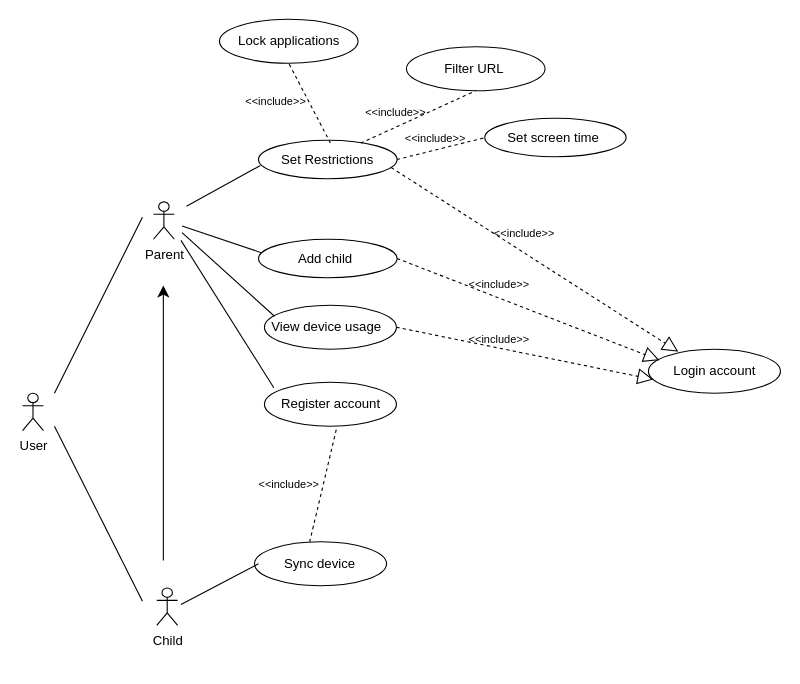
Before: design.drawio in Inco9nit0/Parental-Lock-System-Project-FYP-, a draw.io diagram. Source tidied: cells renumbered, new cells numbered last; positions are measured from the earlier drawing's top-left corner, leaving out a move shared by most shapes. Both pictures are drawn from the tidied source at 110%, with x=0, y=0 at pixel (22, 19).
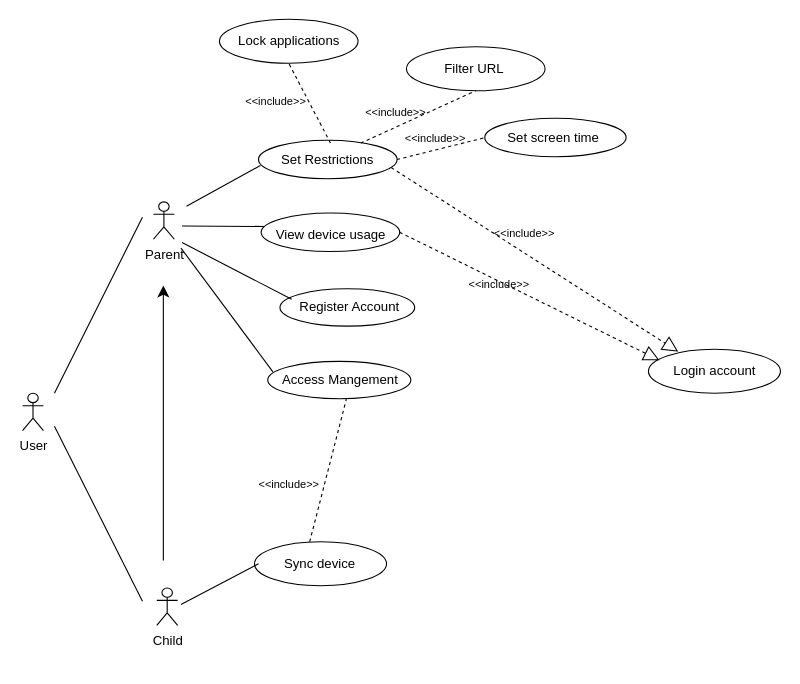
The same diagram, later.

Unchanged cells that the change refers to:
```xml
<mxCell id="28" value="&lt;div&gt;Login account&lt;/div&gt;" style="text;html=1;align=center;verticalAlign=middle;whiteSpace=wrap;rounded=0;fontSize=12;" parent="1" vertex="1">
  <mxGeometry x="573.5" y="305" width="111" height="30" as="geometry" />
</mxCell>
```

Change to the diagram source:
```diff
@@
     <mxCell id="4" style="ellipse;whiteSpace=wrap;html=1;" parent="1" vertex="1">
-      <mxGeometry x="214.5" y="200" width="126" height="35" as="geometry" />
+      <mxGeometry x="216.9" y="176.2" width="126" height="35" as="geometry" />
     </mxCell>
@@
-    <mxCell id="18" value="Add child" style="text;html=1;align=center;verticalAlign=middle;whiteSpace=wrap;rounded=0;fontSize=12;" parent="1" vertex="1">
-      <mxGeometry x="219.9" y="202.5" width="111" height="30" as="geometry" />
-    </mxCell>
@@
-    <mxCell id="21" style="ellipse;whiteSpace=wrap;html=1;" parent="1" vertex="1">
-      <mxGeometry x="219.9" y="260" width="120" height="40" as="geometry" />
-    </mxCell>
     <mxCell id="22" value="View device usage" style="text;html=1;align=center;verticalAlign=middle;whiteSpace=wrap;rounded=0;fontSize=12;" parent="1" vertex="1">
-      <mxGeometry x="224.4" y="265" width="104.6" height="30" as="geometry" />
+      <mxGeometry x="227.6" y="181.2" width="104.6" height="30" as="geometry" />
     </mxCell>
-    <mxCell id="23" style="endArrow=none;html=1;rounded=0;fontSize=12;startSize=8;endSize=8;curved=1;" parent="1" edge="1">
-      <mxGeometry relative="1" as="geometry">
-        <mxPoint x="145" y="194" as="sourcePoint" />
-        <mxPoint x="229" y="270" as="targetPoint" />
-      </mxGeometry>
-    </mxCell>
@@
-    <mxCell id="31" style="endArrow=block;dashed=1;endFill=0;endSize=12;html=1;rounded=0;fontSize=12;curved=1;exitX=1;exitY=0.5;exitDx=0;exitDy=0;entryX=0;entryY=0.75;entryDx=0;entryDy=0;" parent="1" edge="1" source="21" target="28">
-      <mxGeometry relative="1" as="geometry" />
-    </mxCell>
@@
-    <mxCell id="34" value="&amp;lt;&amp;lt;include&amp;gt;&amp;gt;" style="text;html=1;align=center;verticalAlign=middle;whiteSpace=wrap;rounded=0;fontSize=10;" parent="1" vertex="1">
-      <mxGeometry x="399" y="282.5" width="68.5" height="17.5" as="geometry" />
-    </mxCell>
@@
     <mxCell id="43" style="ellipse;whiteSpace=wrap;html=1;" parent="1" vertex="1">
-      <mxGeometry x="219.9" y="330" width="120" height="40" as="geometry" />
+      <mxGeometry x="222.9" y="311" width="130.1" height="34" as="geometry" />
     </mxCell>
-    <mxCell id="44" value="Register account" style="text;html=1;align=center;verticalAlign=middle;whiteSpace=wrap;rounded=0;fontSize=12;" parent="1" vertex="1">
-      <mxGeometry x="228.4" y="335" width="104.6" height="30" as="geometry" />
+    <mxCell id="44" value="Access Mangement" style="text;html=1;align=center;verticalAlign=middle;whiteSpace=wrap;rounded=0;fontSize=12;" parent="1" vertex="1">
+      <mxGeometry x="227.6" y="313" width="121.6" height="30" as="geometry" />
     </mxCell>
-    <mxCell id="45" style="endArrow=none;html=1;rounded=0;fontSize=12;startSize=8;endSize=8;curved=1;entryX=0;entryY=0;entryDx=0;entryDy=0;" parent="1" edge="1" target="44">
+    <mxCell id="45" style="endArrow=none;html=1;rounded=0;fontSize=12;startSize=8;endSize=8;curved=1;entryX=0;entryY=0.25;entryDx=0;entryDy=0;" parent="1" edge="1" target="44">
       <mxGeometry relative="1" as="geometry">
-        <mxPoint x="144" y="201" as="sourcePoint" />
+        <mxPoint x="144" y="208" as="sourcePoint" />
       </mxGeometry>
     </mxCell>
+    <mxCell id="46" style="ellipse;whiteSpace=wrap;html=1;" parent="1" vertex="1">
+      <mxGeometry x="234" y="245" width="122.5" height="34" as="geometry" />
+    </mxCell>
+    <mxCell id="47" value="Register Account" style="text;html=1;align=center;verticalAlign=middle;whiteSpace=wrap;rounded=0;fontSize=12;" parent="1" vertex="1">
+      <mxGeometry x="244.6" y="247" width="104.6" height="30" as="geometry" />
+    </mxCell>
+    <mxCell id="48" style="endArrow=none;html=1;rounded=0;fontSize=12;startSize=8;endSize=8;curved=1;entryX=0;entryY=0.25;entryDx=0;entryDy=0;" parent="1" edge="1" target="47">
+      <mxGeometry relative="1" as="geometry">
+        <mxPoint x="145" y="203" as="sourcePoint" />
+      </mxGeometry>
+    </mxCell>
```
